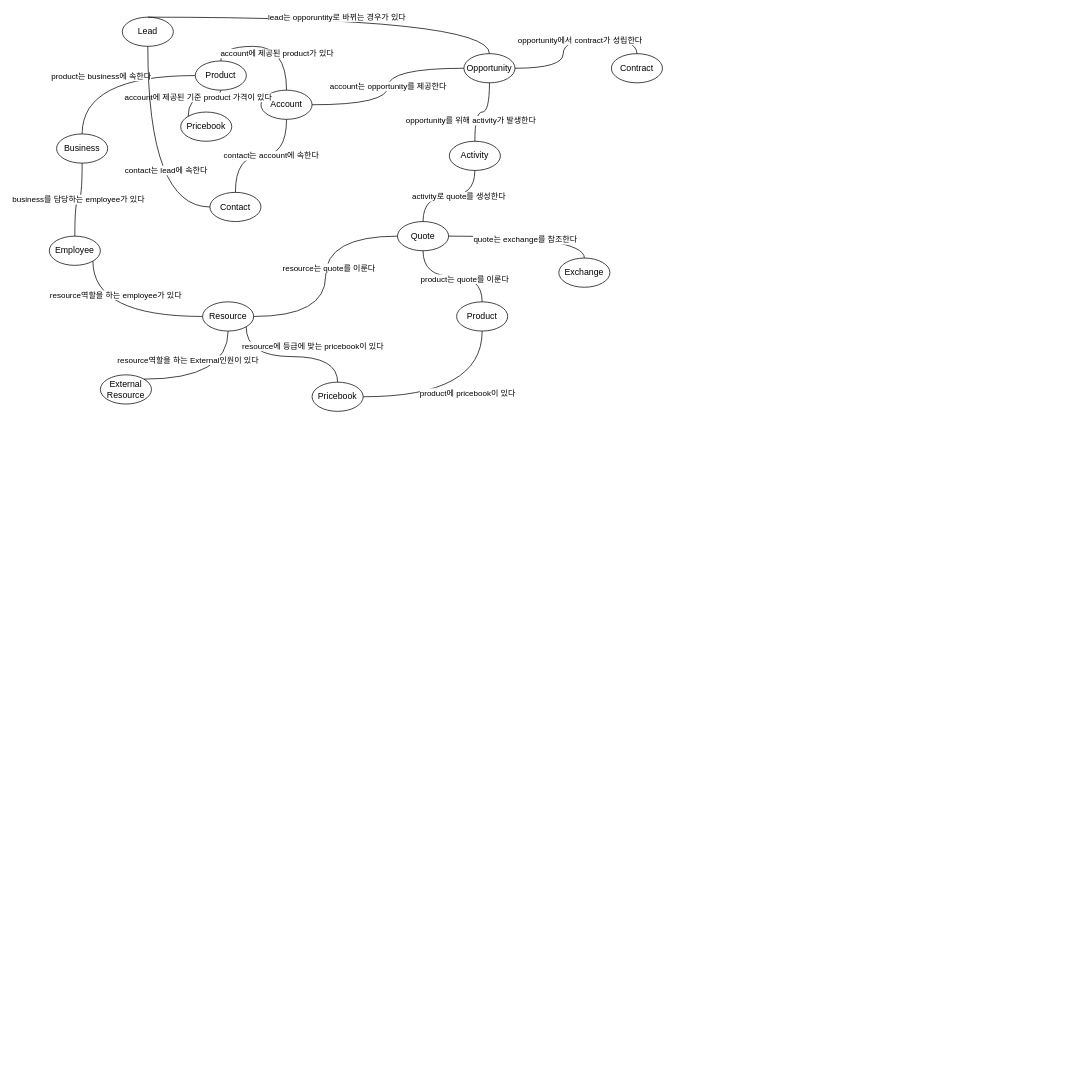
Earlier version of the draw.io diagram page "개념 관계" (1 of 7) of cknet 오브젝트 및 프로세스.drawio (cknet-saleforce/newyork). Source tidied: cells renumbered, new cells numbered last; positions are measured from the earlier drawing's top-left corner, leaving out a move shared by most shapes. Both pictures are drawn from the tidied source at 73%, with x=0, y=0 at pixel (49, 17).
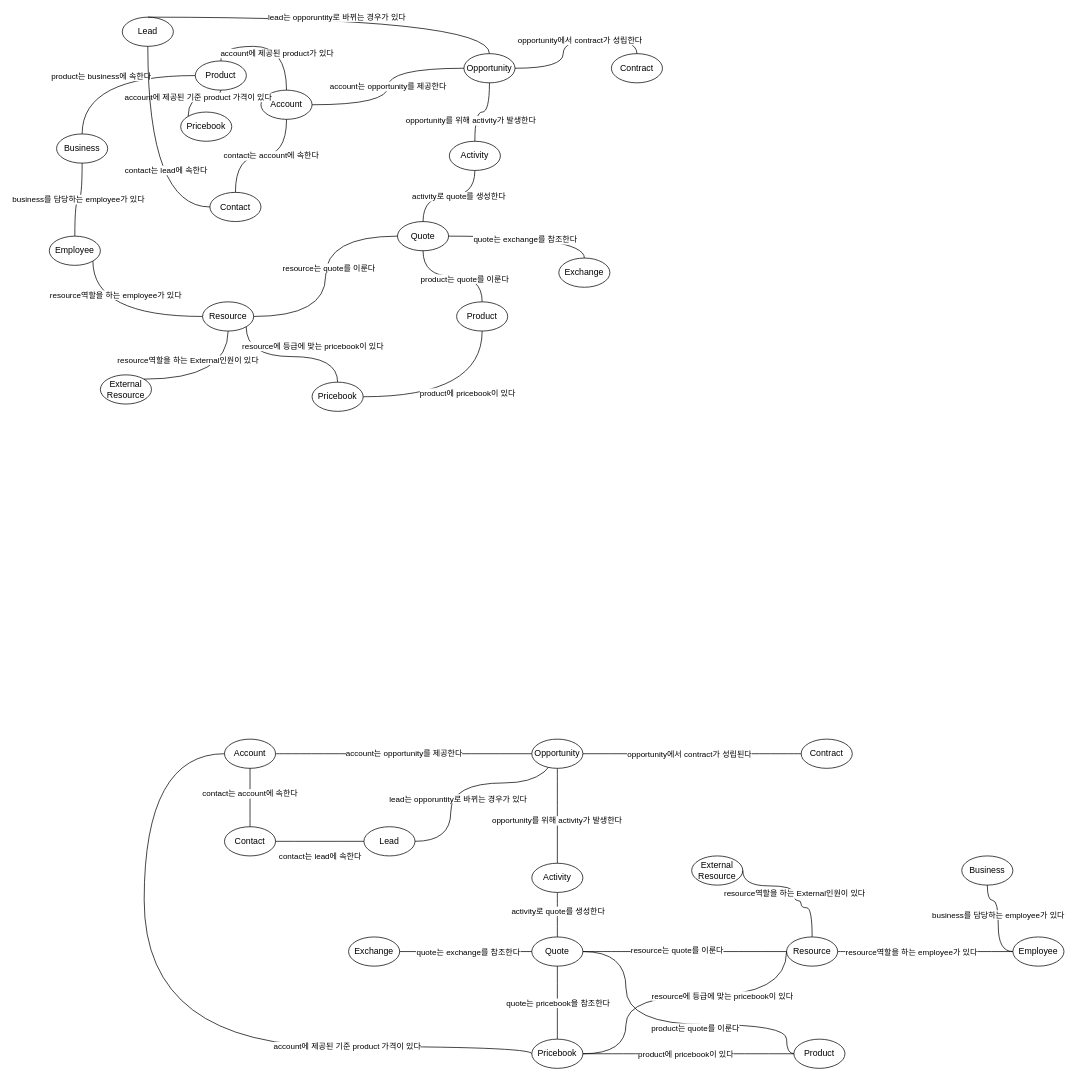
Above is the later version.

Commit message:
Update cknet 오브젝트 및 프로세스.drawio

What changed in the source:
```diff
@@
+    <mxCell id="50" value="Lead" style="ellipse;whiteSpace=wrap;html=1;" parent="1" vertex="1">
+      <mxGeometry x="431" y="1109" width="70" height="40" as="geometry" />
+    </mxCell>
+    <mxCell id="51" value="Account" style="ellipse;whiteSpace=wrap;html=1;" parent="1" vertex="1">
+      <mxGeometry x="240" y="989" width="70" height="40" as="geometry" />
+    </mxCell>
+    <mxCell id="52" value="Contact" style="ellipse;whiteSpace=wrap;html=1;" parent="1" vertex="1">
+      <mxGeometry x="240" y="1109" width="70" height="40" as="geometry" />
+    </mxCell>
+    <mxCell id="53" value="Contract" style="ellipse;whiteSpace=wrap;html=1;" parent="1" vertex="1">
+      <mxGeometry x="1030" y="989" width="70" height="40" as="geometry" />
+    </mxCell>
+    <mxCell id="54" value="Quote" style="ellipse;whiteSpace=wrap;html=1;" parent="1" vertex="1">
+      <mxGeometry x="661" y="1260" width="70" height="40" as="geometry" />
+    </mxCell>
+    <mxCell id="55" value="Resource" style="ellipse;whiteSpace=wrap;html=1;" parent="1" vertex="1">
+      <mxGeometry x="1010" y="1260" width="70" height="40" as="geometry" />
+    </mxCell>
+    <mxCell id="56" value="Product" style="ellipse;whiteSpace=wrap;html=1;" parent="1" vertex="1">
+      <mxGeometry x="1020" y="1400" width="70" height="40" as="geometry" />
+    </mxCell>
+    <mxCell id="57" value="Exchange" style="ellipse;whiteSpace=wrap;html=1;" parent="1" vertex="1">
+      <mxGeometry x="410" y="1260" width="70" height="40" as="geometry" />
+    </mxCell>
+    <mxCell id="58" value="External&lt;br&gt;Resource" style="ellipse;whiteSpace=wrap;html=1;" parent="1" vertex="1">
+      <mxGeometry x="880" y="1149" width="70" height="40" as="geometry" />
+    </mxCell>
+    <mxCell id="59" value="Business" style="ellipse;whiteSpace=wrap;html=1;" parent="1" vertex="1">
+      <mxGeometry x="1250" y="1149" width="70" height="40" as="geometry" />
+    </mxCell>
+    <mxCell id="60" value="business를 담당하는 employee가 있다" style="edgeStyle=orthogonalEdgeStyle;jettySize=auto;html=1;entryX=0.5;entryY=1;entryDx=0;entryDy=0;strokeColor=default;curved=1;endArrow=none;endFill=0;" parent="1" edge="1" source="61" target="59">
+      <mxGeometry x="0.11" relative="1" as="geometry">
+        <Array as="points">
+          <mxPoint x="1300" y="1280" />
+          <mxPoint x="1300" y="1210" />
+          <mxPoint x="1285" y="1210" />
+        </Array>
+      </mxGeometry>
+    </mxCell>
+    <mxCell id="61" value="Employee" style="ellipse;whiteSpace=wrap;html=1;" parent="1" vertex="1">
+      <mxGeometry x="1320" y="1260" width="70" height="40" as="geometry" />
+    </mxCell>
+    <mxCell id="62" value="lead는 opporuntity로 바뀌는 경우가 있다" style="edgeStyle=orthogonalEdgeStyle;jettySize=auto;html=1;entryX=0.5;entryY=0;entryDx=0;entryDy=0;strokeColor=default;curved=1;endArrow=none;endFill=0;" parent="1" edge="1" source="50" target="89">
+      <mxGeometry x="-0.36" y="-10" relative="1" as="geometry">
+        <Array as="points">
+          <mxPoint x="550" y="1129" />
+          <mxPoint x="550" y="1049" />
+          <mxPoint x="696" y="1049" />
+        </Array>
+      </mxGeometry>
+    </mxCell>
+    <mxCell id="63" style="edgeStyle=orthogonalEdgeStyle;jettySize=auto;html=1;entryX=0.5;entryY=1;entryDx=0;entryDy=0;strokeColor=default;curved=1;endArrow=none;endFill=0;exitX=0.5;exitY=0;exitDx=0;exitDy=0;" parent="1" edge="1" source="52" target="51">
+      <mxGeometry relative="1" as="geometry" />
+    </mxCell>
+    <mxCell id="64" value="contact는 account에 속한다" style="edgeLabel;html=1;align=center;verticalAlign=middle;" parent="63" vertex="1">
+      <mxGeometry x="0.15" y="1" relative="1" as="geometry" />
+    </mxCell>
+    <mxCell id="65" style="edgeStyle=orthogonalEdgeStyle;jettySize=auto;html=1;entryX=1;entryY=0.5;entryDx=0;entryDy=0;strokeColor=default;curved=1;endArrow=none;endFill=0;exitX=0;exitY=0.5;exitDx=0;exitDy=0;" parent="1" edge="1" source="53" target="89">
+      <mxGeometry relative="1" as="geometry" />
+    </mxCell>
+    <mxCell id="66" value="opportunity에서 contract가 성립된다" style="edgeLabel;html=1;align=center;verticalAlign=middle;" parent="65" vertex="1">
+      <mxGeometry x="-0.13" y="1" relative="1" as="geometry">
+        <mxPoint x="-24" y="-1" as="offset" />
+      </mxGeometry>
+    </mxCell>
+    <mxCell id="67" style="edgeStyle=orthogonalEdgeStyle;jettySize=auto;html=1;entryX=0.5;entryY=0;entryDx=0;entryDy=0;strokeColor=default;curved=1;endArrow=none;endFill=0;exitX=0.5;exitY=1;exitDx=0;exitDy=0;" parent="1" edge="1" source="81" target="54">
+      <mxGeometry relative="1" as="geometry" />
+    </mxCell>
+    <mxCell id="68" value="activity로 quote를 생성한다" style="edgeLabel;html=1;align=center;verticalAlign=middle;" parent="67" vertex="1">
+      <mxGeometry x="-0.18" relative="1" as="geometry" />
+    </mxCell>
+    <mxCell id="69" style="edgeStyle=orthogonalEdgeStyle;jettySize=auto;html=1;entryX=0;entryY=0.5;entryDx=0;entryDy=0;strokeColor=default;curved=1;endArrow=none;endFill=0;exitX=1;exitY=0.5;exitDx=0;exitDy=0;" parent="1" edge="1" source="57" target="54">
+      <mxGeometry relative="1" as="geometry">
+        <Array as="points">
+          <mxPoint x="570" y="1280" />
+          <mxPoint x="570" y="1280" />
+        </Array>
+      </mxGeometry>
+    </mxCell>
+    <mxCell id="70" value="quote는 exchange를 참조한다" style="edgeLabel;html=1;align=center;verticalAlign=middle;" parent="69" vertex="1">
+      <mxGeometry x="0.04" y="4" relative="1" as="geometry">
+        <mxPoint x="-1" y="4" as="offset" />
+      </mxGeometry>
+    </mxCell>
+    <mxCell id="71" style="edgeStyle=orthogonalEdgeStyle;jettySize=auto;html=1;entryX=0;entryY=0.5;entryDx=0;entryDy=0;strokeColor=default;curved=1;endArrow=none;endFill=0;exitX=1;exitY=0.5;exitDx=0;exitDy=0;" parent="1" edge="1" source="90" target="55">
+      <mxGeometry relative="1" as="geometry">
+        <Array as="points">
+          <mxPoint x="790" y="1420" />
+          <mxPoint x="790" y="1340" />
+          <mxPoint x="1010" y="1340" />
+        </Array>
+      </mxGeometry>
+    </mxCell>
+    <mxCell id="72" value="resource에 등급에 맞는 pricebook이 있다" style="edgeLabel;html=1;align=center;verticalAlign=middle;" parent="71" vertex="1">
+      <mxGeometry x="-0.17" y="4" relative="1" as="geometry">
+        <mxPoint x="96" y="4" as="offset" />
+      </mxGeometry>
+    </mxCell>
+    <mxCell id="73" style="edgeStyle=orthogonalEdgeStyle;jettySize=auto;html=1;entryX=0;entryY=0.5;entryDx=0;entryDy=0;strokeColor=default;curved=1;endArrow=none;endFill=0;exitX=1;exitY=0.5;exitDx=0;exitDy=0;" parent="1" edge="1" source="90" target="56">
+      <mxGeometry relative="1" as="geometry" />
+    </mxCell>
+    <mxCell id="74" value="product에 pricebook이 있다" style="edgeLabel;html=1;align=center;verticalAlign=middle;" parent="73" vertex="1">
+      <mxGeometry x="0.12" y="6" relative="1" as="geometry">
+        <mxPoint x="-22" y="6" as="offset" />
+      </mxGeometry>
+    </mxCell>
+    <mxCell id="75" style="edgeStyle=orthogonalEdgeStyle;jettySize=auto;html=1;entryX=0.5;entryY=1;entryDx=0;entryDy=0;strokeColor=default;curved=1;endArrow=none;endFill=0;exitX=0.5;exitY=0;exitDx=0;exitDy=0;startArrow=none;" parent="1" edge="1" source="90" target="54">
+      <mxGeometry relative="1" as="geometry" />
+    </mxCell>
+    <mxCell id="76" style="edgeStyle=orthogonalEdgeStyle;jettySize=auto;html=1;entryX=0;entryY=0.5;entryDx=0;entryDy=0;strokeColor=default;curved=1;endArrow=none;endFill=0;exitX=1;exitY=0.5;exitDx=0;exitDy=0;" parent="1" edge="1" source="55" target="61">
+      <mxGeometry relative="1" as="geometry" />
+    </mxCell>
+    <mxCell id="77" value="resource역할을 하는 employee가 있다" style="edgeLabel;html=1;align=center;verticalAlign=middle;" parent="76" vertex="1">
+      <mxGeometry x="-0.14" y="-6" relative="1" as="geometry">
+        <mxPoint x="-3" y="-6" as="offset" />
+      </mxGeometry>
+    </mxCell>
+    <mxCell id="78" style="edgeStyle=orthogonalEdgeStyle;jettySize=auto;html=1;entryX=0.5;entryY=0;entryDx=0;entryDy=0;strokeColor=default;curved=1;endArrow=none;endFill=0;exitX=1;exitY=0.5;exitDx=0;exitDy=0;" parent="1" edge="1" source="58" target="55">
+      <mxGeometry relative="1" as="geometry">
+        <Array as="points">
+          <mxPoint x="1020" y="1190" />
+          <mxPoint x="1020" y="1210" />
+          <mxPoint x="1030" y="1210" />
+          <mxPoint x="1030" y="1220" />
+          <mxPoint x="1045" y="1220" />
+        </Array>
+      </mxGeometry>
+    </mxCell>
+    <mxCell id="79" value="resource역할을 하는 External인원이 있다" style="edgeLabel;html=1;align=center;verticalAlign=middle;" parent="78" vertex="1">
+      <mxGeometry x="-0.24" y="12" relative="1" as="geometry">
+        <mxPoint x="20" y="22" as="offset" />
+      </mxGeometry>
+    </mxCell>
+    <mxCell id="80" value="account에 제공된 기준 product 가격이 있다" style="edgeStyle=orthogonalEdgeStyle;jettySize=auto;html=1;entryX=0;entryY=0.5;entryDx=0;entryDy=0;strokeColor=default;curved=1;endArrow=none;endFill=0;exitX=0;exitY=0.5;exitDx=0;exitDy=0;" parent="1" edge="1" source="51" target="90">
+      <mxGeometry x="0.5" relative="1" as="geometry">
+        <Array as="points">
+          <mxPoint x="130" y="1009" />
+          <mxPoint x="130" y="1410" />
+          <mxPoint x="661" y="1410" />
+        </Array>
+      </mxGeometry>
+    </mxCell>
+    <mxCell id="81" value="Activity" style="ellipse;whiteSpace=wrap;html=1;" parent="1" vertex="1">
+      <mxGeometry x="661" y="1159" width="70" height="40" as="geometry" />
+    </mxCell>
+    <mxCell id="82" style="edgeStyle=orthogonalEdgeStyle;jettySize=auto;html=1;strokeColor=default;curved=1;endArrow=none;endFill=0;exitX=0.5;exitY=1;exitDx=0;exitDy=0;" parent="1" edge="1" source="89" target="81">
+      <mxGeometry relative="1" as="geometry" />
+    </mxCell>
+    <mxCell id="83" value="opportunity를 위해 activity가 발생한다&amp;nbsp;" style="edgeLabel;html=1;align=center;verticalAlign=middle;" parent="82" vertex="1">
+      <mxGeometry x="0.42" y="-5" relative="1" as="geometry">
+        <mxPoint x="5" y="-21" as="offset" />
+      </mxGeometry>
+    </mxCell>
+    <mxCell id="84" value="account는 opportunity를 제공한다" style="edgeStyle=orthogonalEdgeStyle;jettySize=auto;html=1;entryX=0;entryY=0.5;entryDx=0;entryDy=0;strokeColor=default;curved=1;endArrow=none;endFill=0;exitX=1;exitY=0.5;exitDx=0;exitDy=0;" parent="1" edge="1" source="51" target="89">
+      <mxGeometry relative="1" as="geometry" />
+    </mxCell>
+    <mxCell id="85" style="edgeStyle=orthogonalEdgeStyle;jettySize=auto;html=1;strokeColor=default;curved=1;endArrow=none;endFill=0;exitX=1;exitY=0.5;exitDx=0;exitDy=0;" parent="1" edge="1" source="52" target="50">
+      <mxGeometry relative="1" as="geometry">
+        <Array as="points">
+          <mxPoint x="360" y="1129" />
+          <mxPoint x="360" y="1129" />
+        </Array>
+      </mxGeometry>
+    </mxCell>
+    <mxCell id="86" value="contact는 lead에 속한다" style="edgeLabel;html=1;align=center;verticalAlign=middle;" parent="85" vertex="1">
+      <mxGeometry x="-0.11" y="-24" relative="1" as="geometry">
+        <mxPoint x="6" y="-4" as="offset" />
+      </mxGeometry>
+    </mxCell>
+    <mxCell id="87" style="edgeStyle=orthogonalEdgeStyle;jettySize=auto;html=1;strokeColor=default;curved=1;endArrow=none;endFill=0;exitX=1;exitY=0.5;exitDx=0;exitDy=0;" parent="1" edge="1" source="54">
+      <mxGeometry relative="1" as="geometry">
+        <mxPoint x="1010" y="1280" as="targetPoint" />
+        <Array as="points">
+          <mxPoint x="1010" y="1280" />
+        </Array>
+      </mxGeometry>
+    </mxCell>
+    <mxCell id="88" value="resource는 quote를 이룬다" style="edgeLabel;html=1;align=center;verticalAlign=middle;" parent="87" vertex="1">
+      <mxGeometry x="-0.08" y="4" relative="1" as="geometry">
+        <mxPoint y="1" as="offset" />
+      </mxGeometry>
+    </mxCell>
+    <mxCell id="89" value="Opportunity" style="ellipse;whiteSpace=wrap;html=1;" parent="1" vertex="1">
+      <mxGeometry x="661" y="989" width="70" height="40" as="geometry" />
+    </mxCell>
+    <mxCell id="90" value="Pricebook" style="ellipse;whiteSpace=wrap;html=1;" parent="1" vertex="1">
+      <mxGeometry x="661" y="1400" width="70" height="40" as="geometry" />
+    </mxCell>
+    <mxCell id="91" style="edgeStyle=orthogonalEdgeStyle;jettySize=auto;html=1;entryX=1;entryY=0.5;entryDx=0;entryDy=0;strokeColor=default;curved=1;endArrow=none;endFill=0;exitX=0;exitY=0.5;exitDx=0;exitDy=0;" parent="1" edge="1" source="56" target="54">
+      <mxGeometry relative="1" as="geometry">
+        <Array as="points">
+          <mxPoint x="1010" y="1380" />
+          <mxPoint x="790" y="1380" />
+          <mxPoint x="790" y="1280" />
+        </Array>
+      </mxGeometry>
+    </mxCell>
+    <mxCell id="92" value="product는 quote를 이룬다" style="edgeLabel;html=1;align=center;verticalAlign=middle;" parent="91" vertex="1">
+      <mxGeometry x="-0.21" y="3" relative="1" as="geometry">
+        <mxPoint x="-7" y="1" as="offset" />
+      </mxGeometry>
+    </mxCell>
+    <mxCell id="93" value="quote는 pricebook을 참조한다" style="edgeLabel;html=1;align=center;verticalAlign=middle;" parent="1" vertex="1">
+      <mxGeometry x="696" y="1350" as="geometry" />
+    </mxCell>
```
